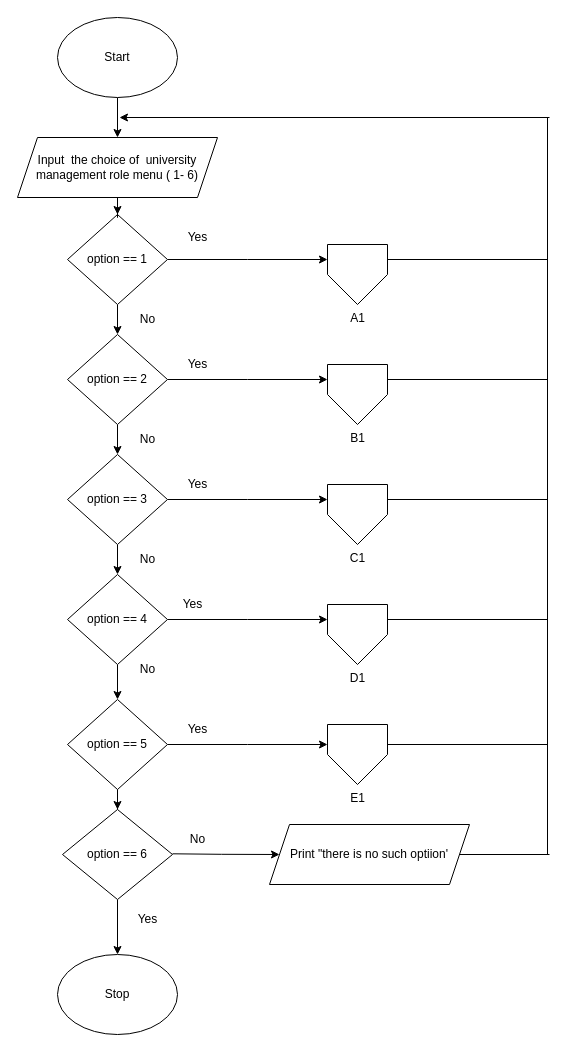
Above: Flowchart/Assignment Flowchart.drawio in richmonddeanlim/Group-Assignment---Python (draw.io), before the change. Source tidied: cells renumbered, new cells numbered last; positions are measured from the earlier drawing's top-left corner, leaving out a move shared by most shapes. Both pictures are drawn from the tidied source at 100%, with x=0, y=0 at pixel (17, 17).
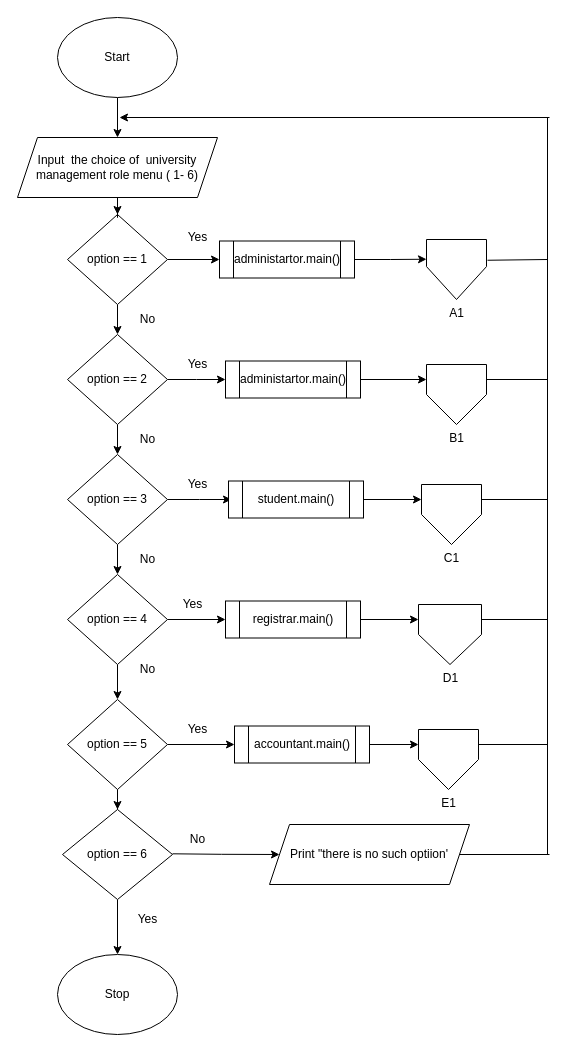
The same diagram, later.

Unchanged cells that the change refers to:
```xml
<mxCell id="6" value="option == 1" style="rhombus;whiteSpace=wrap;html=1;" parent="1" vertex="1">
  <mxGeometry x="50" y="197" width="100" height="90" as="geometry" />
</mxCell>
<mxCell id="11" value="option == 2" style="rhombus;whiteSpace=wrap;html=1;" parent="1" vertex="1">
  <mxGeometry x="50" y="317" width="100" height="90" as="geometry" />
</mxCell>
<mxCell id="14" value="&lt;div&gt;option == 3&lt;/div&gt;" style="rhombus;whiteSpace=wrap;html=1;" parent="1" vertex="1">
  <mxGeometry x="50" y="437" width="100" height="90" as="geometry" />
</mxCell>
<mxCell id="17" value="&lt;div&gt;option == 4&lt;/div&gt;" style="rhombus;whiteSpace=wrap;html=1;" parent="1" vertex="1">
  <mxGeometry x="50" y="557" width="100" height="90" as="geometry" />
</mxCell>
<mxCell id="20" value="&lt;div&gt;option == 5&lt;/div&gt;" style="rhombus;whiteSpace=wrap;html=1;" parent="1" vertex="1">
  <mxGeometry x="50" y="682" width="100" height="90" as="geometry" />
</mxCell>
```

Change to the diagram source:
```diff
@@
-    <mxCell id="5" style="edgeStyle=orthogonalEdgeStyle;rounded=0;jettySize=auto;html=1;entryX=0;entryY=0.5;entryDx=0;entryDy=0;" parent="1" edge="1" source="6">
-      <mxGeometry relative="1" as="geometry">
-        <mxPoint x="310" y="242" as="targetPoint" />
-      </mxGeometry>
-    </mxCell>
+    <mxCell id="50" style="edgeStyle=orthogonalEdgeStyle;rounded=0;jettySize=auto;html=1;" parent="1" edge="1" source="6" target="52">
+      <mxGeometry relative="1" as="geometry" />
+    </mxCell>
@@
-    <mxCell id="10" style="edgeStyle=orthogonalEdgeStyle;rounded=0;jettySize=auto;html=1;entryX=0;entryY=0.5;entryDx=0;entryDy=0;" parent="1" edge="1" source="11">
+    <mxCell id="10" style="edgeStyle=orthogonalEdgeStyle;rounded=0;jettySize=auto;html=1;" parent="1" edge="1" source="11">
       <mxGeometry relative="1" as="geometry">
-        <mxPoint x="310" y="362" as="targetPoint" />
+        <mxPoint x="208" y="362" as="targetPoint" />
       </mxGeometry>
     </mxCell>
@@
-    <mxCell id="13" style="edgeStyle=orthogonalEdgeStyle;rounded=0;jettySize=auto;html=1;entryX=0;entryY=0.5;entryDx=0;entryDy=0;" parent="1" edge="1" source="14">
+    <mxCell id="13" style="edgeStyle=orthogonalEdgeStyle;rounded=0;jettySize=auto;html=1;" parent="1" edge="1" source="14">
       <mxGeometry relative="1" as="geometry">
-        <mxPoint x="310" y="482" as="targetPoint" />
+        <mxPoint x="214" y="482" as="targetPoint" />
       </mxGeometry>
     </mxCell>
@@
-    <mxCell id="16" style="edgeStyle=orthogonalEdgeStyle;rounded=0;jettySize=auto;html=1;entryX=0;entryY=0.5;entryDx=0;entryDy=0;" parent="1" edge="1" source="17">
-      <mxGeometry relative="1" as="geometry">
-        <mxPoint x="310" y="602" as="targetPoint" />
-      </mxGeometry>
+    <mxCell id="16" style="edgeStyle=orthogonalEdgeStyle;rounded=0;jettySize=auto;html=1;entryX=0;entryY=0.5;entryDx=0;entryDy=0;" parent="1" edge="1" source="17" target="58">
+      <mxGeometry relative="1" as="geometry" />
     </mxCell>
@@
-    <mxCell id="19" style="edgeStyle=orthogonalEdgeStyle;rounded=0;jettySize=auto;html=1;entryX=0;entryY=0.5;entryDx=0;entryDy=0;" parent="1" edge="1" source="20">
-      <mxGeometry relative="1" as="geometry">
-        <mxPoint x="310" y="727" as="targetPoint" />
-      </mxGeometry>
+    <mxCell id="19" style="edgeStyle=orthogonalEdgeStyle;rounded=0;jettySize=auto;html=1;entryX=0;entryY=0.5;entryDx=0;entryDy=0;" parent="1" edge="1" source="20" target="60">
+      <mxGeometry relative="1" as="geometry" />
     </mxCell>
@@
-    <mxCell id="35" style="endArrow=none;html=1;rounded=0;exitX=1;exitY=0.5;exitDx=0;exitDy=0;" parent="1" edge="1">
+    <mxCell id="35" style="endArrow=none;html=1;rounded=0;exitX=1;exitY=0.25;exitDx=0;exitDy=0;" parent="1" edge="1" source="44">
       <mxGeometry relative="1" as="geometry">
-        <mxPoint x="370" y="727" as="sourcePoint" />
         <mxPoint x="530" y="727" as="targetPoint" />
       </mxGeometry>
     </mxCell>
-    <mxCell id="36" style="endArrow=none;html=1;rounded=0;exitX=1;exitY=0.5;exitDx=0;exitDy=0;" parent="1" edge="1">
+    <mxCell id="36" style="endArrow=none;html=1;rounded=0;exitX=1;exitY=0.25;exitDx=0;exitDy=0;" parent="1" edge="1" source="43">
       <mxGeometry relative="1" as="geometry">
-        <mxPoint x="370" y="602" as="sourcePoint" />
         <mxPoint x="530" y="602" as="targetPoint" />
       </mxGeometry>
     </mxCell>
-    <mxCell id="37" style="endArrow=none;html=1;rounded=0;exitX=1;exitY=0.5;exitDx=0;exitDy=0;" parent="1" edge="1">
+    <mxCell id="37" style="endArrow=none;html=1;rounded=0;exitX=1;exitY=0.25;exitDx=0;exitDy=0;" parent="1" edge="1" source="42">
       <mxGeometry relative="1" as="geometry">
-        <mxPoint x="370" y="482" as="sourcePoint" />
         <mxPoint x="530" y="482" as="targetPoint" />
       </mxGeometry>
     </mxCell>
-    <mxCell id="38" style="endArrow=none;html=1;rounded=0;exitX=1;exitY=0.5;exitDx=0;exitDy=0;" parent="1" edge="1">
+    <mxCell id="38" style="endArrow=none;html=1;rounded=0;exitX=1;exitY=0.25;exitDx=0;exitDy=0;" parent="1" edge="1" source="41">
       <mxGeometry relative="1" as="geometry">
-        <mxPoint x="370" y="362" as="sourcePoint" />
         <mxPoint x="530" y="362" as="targetPoint" />
       </mxGeometry>
     </mxCell>
-    <mxCell id="39" style="endArrow=none;html=1;rounded=0;exitX=1;exitY=0.5;exitDx=0;exitDy=0;" parent="1" edge="1">
+    <mxCell id="39" style="endArrow=none;html=1;rounded=0;exitX=1.017;exitY=0.346;exitDx=0;exitDy=0;exitPerimeter=0;" parent="1" edge="1" source="40">
       <mxGeometry relative="1" as="geometry">
-        <mxPoint x="370" y="242" as="sourcePoint" />
         <mxPoint x="530" y="242" as="targetPoint" />
       </mxGeometry>
     </mxCell>
-    <mxCell id="40" value="A1" style="verticalLabelPosition=bottom;verticalAlign=top;html=1;shape=offPageConnector;rounded=0;size=0.5;" parent="1" vertex="1">
-      <mxGeometry x="310" y="227" width="60" height="60" as="geometry" />
+    <mxCell id="40" value="A1" style="verticalLabelPosition=bottom;verticalAlign=top;html=1;shape=offPageConnector;rounded=0;size=0.5485632183908024;" parent="1" vertex="1">
+      <mxGeometry x="409" y="222" width="60" height="60" as="geometry" />
     </mxCell>
     <mxCell id="41" value="B1" style="verticalLabelPosition=bottom;verticalAlign=top;html=1;shape=offPageConnector;rounded=0;size=0.5;" parent="1" vertex="1">
-      <mxGeometry x="310" y="347" width="60" height="60" as="geometry" />
+      <mxGeometry x="409" y="347" width="60" height="60" as="geometry" />
     </mxCell>
     <mxCell id="42" value="C1" style="verticalLabelPosition=bottom;verticalAlign=top;html=1;shape=offPageConnector;rounded=0;size=0.5;" parent="1" vertex="1">
-      <mxGeometry x="310" y="467" width="60" height="60" as="geometry" />
+      <mxGeometry x="404" y="467" width="60" height="60" as="geometry" />
     </mxCell>
     <mxCell id="43" value="D1" style="verticalLabelPosition=bottom;verticalAlign=top;html=1;shape=offPageConnector;rounded=0;size=0.5;" parent="1" vertex="1">
-      <mxGeometry x="310" y="587" width="60" height="60" as="geometry" />
+      <mxGeometry x="401" y="587" width="63" height="60" as="geometry" />
     </mxCell>
     <mxCell id="44" value="E1" style="verticalLabelPosition=bottom;verticalAlign=top;html=1;shape=offPageConnector;rounded=0;size=0.5;" parent="1" vertex="1">
-      <mxGeometry x="310" y="707" width="60" height="60" as="geometry" />
+      <mxGeometry x="401" y="712" width="60" height="60" as="geometry" />
     </mxCell>
@@
+    <mxCell id="51" style="edgeStyle=orthogonalEdgeStyle;rounded=0;jettySize=auto;html=1;entryX=0;entryY=0.329;entryDx=0;entryDy=0;entryPerimeter=0;" parent="1" edge="1" source="52" target="40">
+      <mxGeometry relative="1" as="geometry" />
+    </mxCell>
+    <mxCell id="52" value="administartor.main()" style="shape=process;whiteSpace=wrap;html=1;backgroundOutline=1;" parent="1" vertex="1">
+      <mxGeometry x="202" y="223.5" width="135" height="37" as="geometry" />
+    </mxCell>
+    <mxCell id="53" style="edgeStyle=orthogonalEdgeStyle;rounded=0;jettySize=auto;html=1;entryX=0;entryY=0.25;entryDx=0;entryDy=0;" parent="1" edge="1" source="54" target="41">
+      <mxGeometry relative="1" as="geometry" />
+    </mxCell>
+    <mxCell id="54" value="administartor.main()" style="shape=process;whiteSpace=wrap;html=1;backgroundOutline=1;" parent="1" vertex="1">
+      <mxGeometry x="208" y="343.5" width="135" height="37" as="geometry" />
+    </mxCell>
+    <mxCell id="55" style="edgeStyle=orthogonalEdgeStyle;rounded=0;jettySize=auto;html=1;entryX=0;entryY=0.25;entryDx=0;entryDy=0;" parent="1" edge="1" source="56" target="42">
+      <mxGeometry relative="1" as="geometry" />
+    </mxCell>
+    <mxCell id="56" value="student.main()" style="shape=process;whiteSpace=wrap;html=1;backgroundOutline=1;" parent="1" vertex="1">
+      <mxGeometry x="211" y="463.5" width="135" height="37" as="geometry" />
+    </mxCell>
+    <mxCell id="57" style="edgeStyle=orthogonalEdgeStyle;rounded=0;jettySize=auto;html=1;entryX=0;entryY=0.25;entryDx=0;entryDy=0;" parent="1" edge="1" source="58" target="43">
+      <mxGeometry relative="1" as="geometry" />
+    </mxCell>
+    <mxCell id="58" value="registrar.main()" style="shape=process;whiteSpace=wrap;html=1;backgroundOutline=1;" parent="1" vertex="1">
+      <mxGeometry x="208" y="583.5" width="135" height="37" as="geometry" />
+    </mxCell>
+    <mxCell id="59" style="edgeStyle=orthogonalEdgeStyle;rounded=0;jettySize=auto;html=1;entryX=0;entryY=0.25;entryDx=0;entryDy=0;" parent="1" edge="1" source="60" target="44">
+      <mxGeometry relative="1" as="geometry" />
+    </mxCell>
+    <mxCell id="60" value="accountant.main()" style="shape=process;whiteSpace=wrap;html=1;backgroundOutline=1;" parent="1" vertex="1">
+      <mxGeometry x="217" y="708.5" width="135" height="37" as="geometry" />
+    </mxCell>
```
